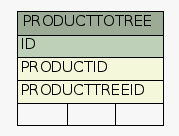
The Graphviz diagram dictionary/Fishbowl2013.5/diagrams/summary/PRODUCTTOTREE.1degree.png in ilopez/FishbowlDataDictionary, before a commit. Its source is kept beside it as dictionary/Fishbowl2013.5/diagrams/summary/PRODUCTTOTREE.1degree.dot. Source of this version:
```dot
digraph "PRODUCTTOTREE" {
  graph [
    rankdir="RL"
    bgcolor="#f7f7f7"
    nodesep="0.18"
    ranksep="0.46"
    fontname="Helvetica"
    fontsize="11"
  ];
  node [
    fontname="Helvetica"
    fontsize="11"
    shape="plaintext"
  ];
  edge [
    arrowsize="0.8"
  ];
  "PRODUCTTOTREE" [
    label=<
    <TABLE BORDER="0" CELLBORDER="1" CELLSPACING="0" BGCOLOR="#ffffff">
      <TR><TD COLSPAN="3" BGCOLOR="#9bab96" ALIGN="CENTER">PRODUCTTOTREE</TD></TR>
      <TR><TD PORT="ID" COLSPAN="3" BGCOLOR="#bed1b8" ALIGN="LEFT">ID</TD></TR>
      <TR><TD PORT="PRODUCTID" COLSPAN="3" BGCOLOR="#f4f7da" ALIGN="LEFT">PRODUCTID</TD></TR>
      <TR><TD PORT="PRODUCTTREEID" COLSPAN="3" BGCOLOR="#f4f7da" ALIGN="LEFT">PRODUCTTREEID</TD></TR>
      <TR><TD ALIGN="LEFT" BGCOLOR="#f7f7f7">  </TD><TD ALIGN="RIGHT" BGCOLOR="#f7f7f7">  </TD><TD ALIGN="RIGHT" BGCOLOR="#f7f7f7">  </TD></TR>
    </TABLE>>
    URL="tables/PRODUCTTOTREE.html"
    tooltip="PRODUCTTOTREE"
  ];
}
```
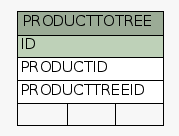
The same diagram one commit later.

What changed in the source:
```diff
@@ -20,8 +20,8 @@
     <TABLE BORDER="0" CELLBORDER="1" CELLSPACING="0" BGCOLOR="#ffffff">
       <TR><TD COLSPAN="3" BGCOLOR="#9bab96" ALIGN="CENTER">PRODUCTTOTREE</TD></TR>
       <TR><TD PORT="ID" COLSPAN="3" BGCOLOR="#bed1b8" ALIGN="LEFT">ID</TD></TR>
-      <TR><TD PORT="PRODUCTID" COLSPAN="3" BGCOLOR="#f4f7da" ALIGN="LEFT">PRODUCTID</TD></TR>
-      <TR><TD PORT="PRODUCTTREEID" COLSPAN="3" BGCOLOR="#f4f7da" ALIGN="LEFT">PRODUCTTREEID</TD></TR>
+      <TR><TD PORT="PRODUCTID" COLSPAN="3" ALIGN="LEFT">PRODUCTID</TD></TR>
+      <TR><TD PORT="PRODUCTTREEID" COLSPAN="3" ALIGN="LEFT">PRODUCTTREEID</TD></TR>
       <TR><TD ALIGN="LEFT" BGCOLOR="#f7f7f7">  </TD><TD ALIGN="RIGHT" BGCOLOR="#f7f7f7">  </TD><TD ALIGN="RIGHT" BGCOLOR="#f7f7f7">  </TD></TR>
     </TABLE>>
     URL="tables/PRODUCTTOTREE.html"
```
